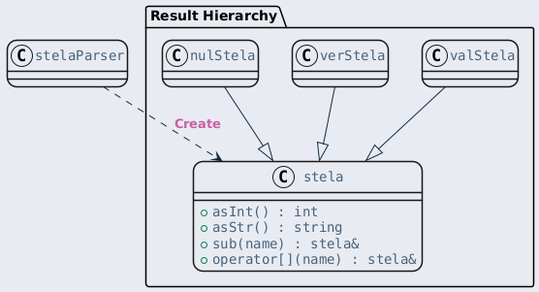
The PlantUML diagram ref/generated/ko/inline_umlgraph_15.png in byeolang/website, before a commit.
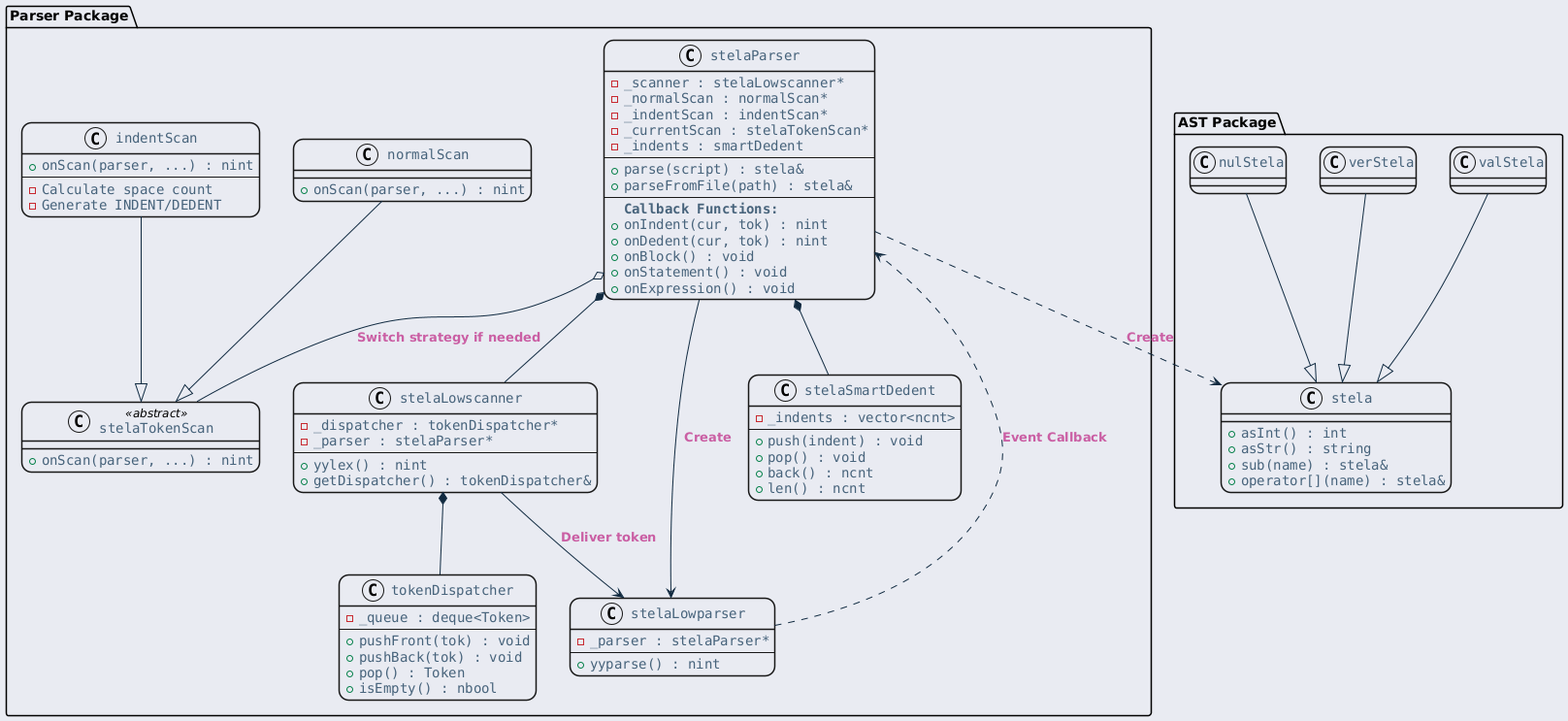
Above is the later version.

Change to the diagram source:
```diff
@@ -23,7 +23,74 @@
     }
 }
 </style>
-package "Result Hierarchy" {
+package "Parser Package" {
+    class "stelaParser" as stelaParser {
+        - _scanner : stelaLowscanner*
+        - _normalScan : normalScan*
+        - _indentScan : indentScan*
+        - _currentScan : stelaTokenScan*
+        - _indents : smartDedent
+        ---
+        + parse(script) : stela&
+        + parseFromFile(path) : stela&
+        ---
+        <b>Callback Functions:</b>
+        + onIndent(cur, tok) : nint
+        + onDedent(cur, tok) : nint
+        + onBlock() : void
+        + onStatement() : void
+        + onExpression() : void
+    }
+
+    class "stelaLowscanner" as scanner {
+        - _dispatcher : tokenDispatcher*
+        - _parser : stelaParser*
+        ---
+        + yylex() : nint
+        + getDispatcher() : tokenDispatcher&
+    }
+
+    class "stelaLowparser" as parser {
+        - _parser : stelaParser*
+        ---
+        + yyparse() : nint
+    }
+
+    class "tokenDispatcher" as dispatcher {
+        - _queue : deque<Token>
+        ---
+        + pushFront(tok) : void
+        + pushBack(tok) : void
+        + pop() : Token
+        + isEmpty() : nbool
+    }
+
+    class "stelaTokenScan" as tokenScan <<abstract>> {
+        + onScan(parser, ...) : nint
+    }
+
+    class "normalScan" as normalScan {
+        + onScan(parser, ...) : nint
+    }
+
+    class "indentScan" as indentScan {
+        + onScan(parser, ...) : nint
+        ---
+        - Calculate space count
+        - Generate INDENT/DEDENT
+    }
+
+    class "stelaSmartDedent" as smartDedent {
+        - _indents : vector<ncnt>
+        ---
+        + push(indent) : void
+        + pop() : void
+        + back() : ncnt
+        + len() : ncnt
+    }
+}
+
+package "AST Package" {
     class "stela" as stela {
         + asInt() : int
         + asStr() : string
@@ -36,6 +103,18 @@
     class "nulStela" as nulStela
 }
 
+stelaParser *-- scanner
+stelaParser *-- smartDedent
+stelaParser --> parser : Create
+stelaParser o-- tokenScan : Switch strategy if needed
+scanner *-- dispatcher
+scanner --> parser : Deliver token
+
+normalScan --|> tokenScan
+indentScan --|> tokenScan
+
+parser ..> stelaParser : Event Callback
+
 stelaParser ..> stela : Create
 
 valStela --|> stela
```
